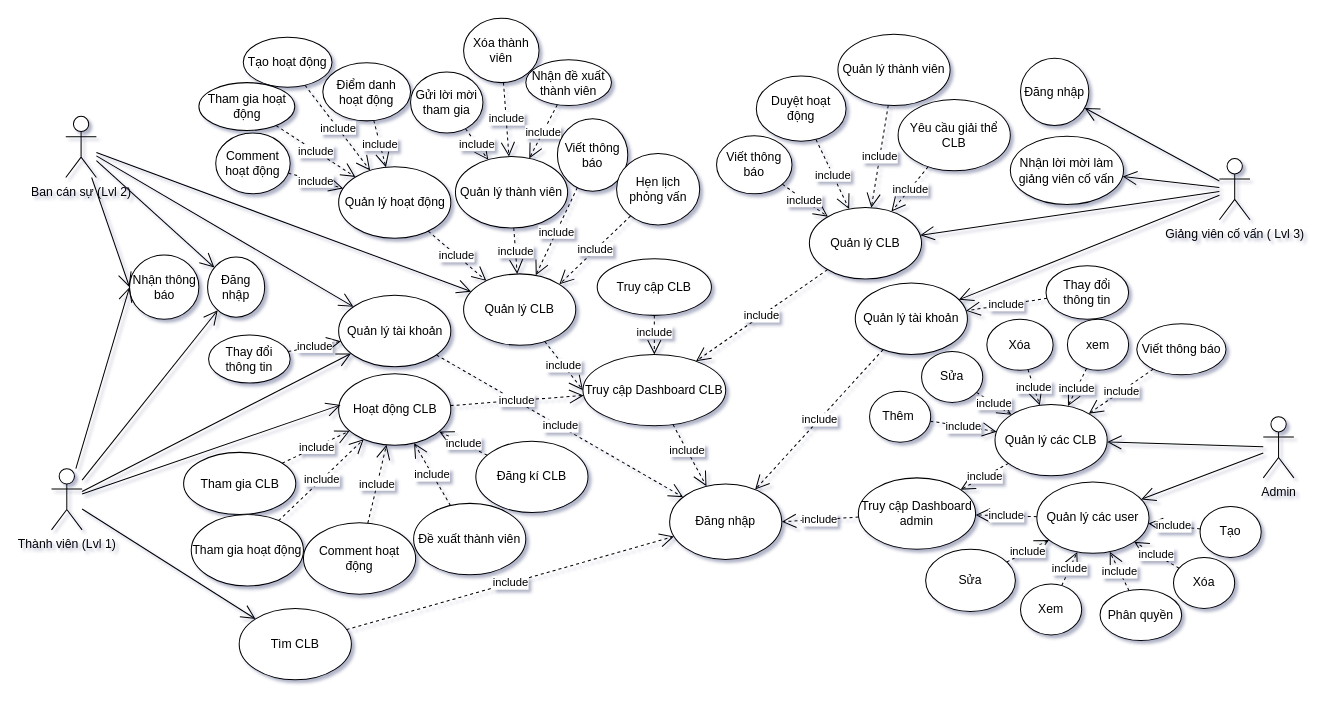
ZanhhTrann/finall_project- keeps this draw.io diagram as diagram.drawio. Above is the earlier version. Source tidied: cells renumbered, new cells numbered last; positions are measured from the earlier drawing's top-left corner, leaving out a move shared by most shapes. Both pictures are drawn from the tidied source at 102%, with x=0, y=0 at pixel (51, 17).
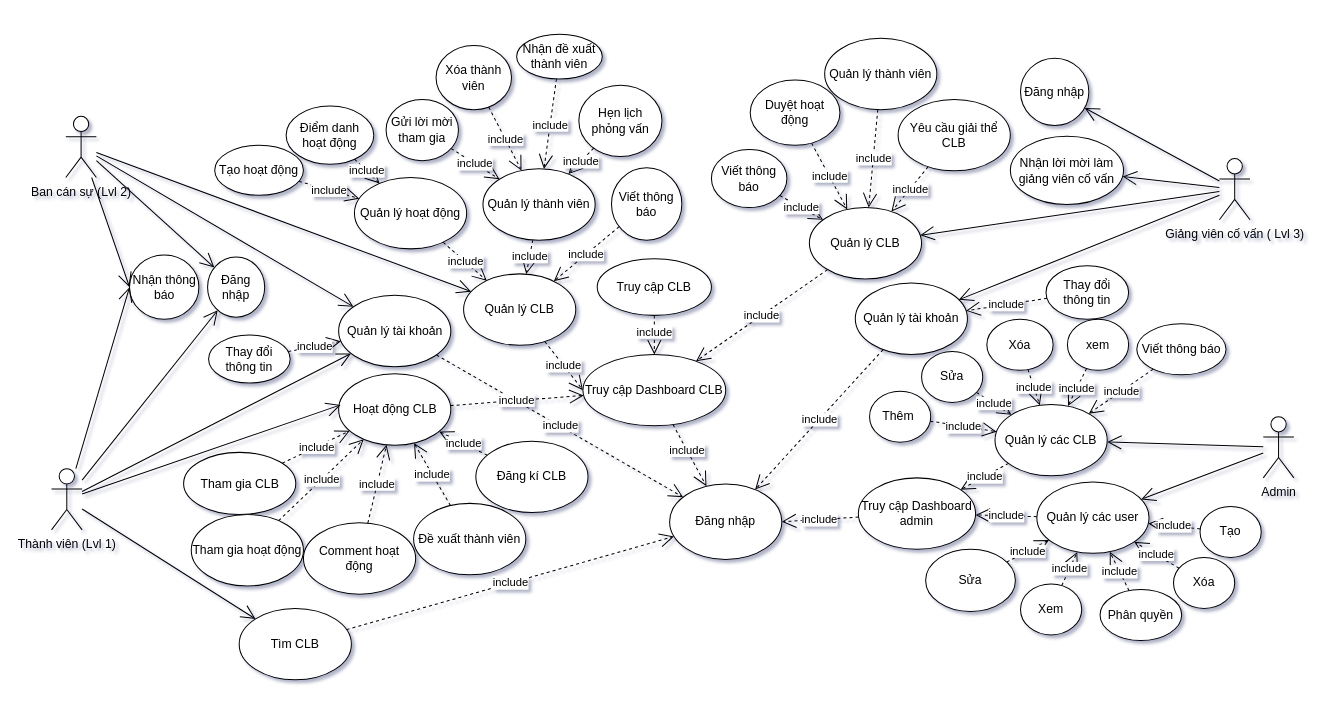
The same page after the edit.

Commit message:
Cập nhật diagram.drawio

Unchanged cells that the change refers to:
```xml
<mxCell id="60" value="Quản lý CLB" style="ellipse;whiteSpace=wrap;html=1;" parent="1" vertex="1">
  <mxGeometry x="404" y="251" width="110" height="70" as="geometry" />
</mxCell>
```

What changed in the source:
```diff
@@
     <mxCell id="31" value="Viết thông báo" style="ellipse;whiteSpace=wrap;html=1;direction=south;" parent="1" vertex="1">
-      <mxGeometry x="496" y="99" width="69" height="71" as="geometry" />
+      <mxGeometry x="549" y="147" width="69" height="71" as="geometry" />
     </mxCell>
@@
     <mxCell id="42" value="Hẹn lịch phỏng vấn" style="ellipse;whiteSpace=wrap;html=1;" parent="1" vertex="1">
-      <mxGeometry x="554" y="133" width="81.5" height="70" as="geometry" />
+      <mxGeometry x="517" y="66" width="81.5" height="70" as="geometry" />
     </mxCell>
     <mxCell id="43" value="Quản lý thành viên" style="ellipse;whiteSpace=wrap;html=1;" parent="1" vertex="1">
-      <mxGeometry x="771" y="16" width="110" height="70" as="geometry" />
+      <mxGeometry x="758" y="20" width="110" height="70" as="geometry" />
     </mxCell>
@@
     <mxCell id="61" value="Xóa thành viên" style="ellipse;whiteSpace=wrap;html=1;" parent="1" vertex="1">
-      <mxGeometry x="404" y="0.5" width="74" height="63" as="geometry" />
+      <mxGeometry x="377" y="27" width="74" height="63" as="geometry" />
     </mxCell>
@@
-    <mxCell id="65" value="include" style="endArrow=open;endSize=12;dashed=1;html=1;rounded=0;entryX=1;entryY=0;entryDx=0;entryDy=0;" parent="1" edge="1" source="42" target="60">
+    <mxCell id="65" value="include" style="endArrow=open;endSize=12;dashed=1;html=1;rounded=0;" parent="1" edge="1" source="42" target="76">
       <mxGeometry relative="1" as="geometry" />
     </mxCell>
@@
     <mxCell id="70" value="Tạo hoạt động" style="ellipse;whiteSpace=wrap;html=1;" parent="1" vertex="1">
-      <mxGeometry x="188" y="19" width="87" height="49" as="geometry" />
+      <mxGeometry x="160" y="125" width="87" height="49" as="geometry" />
     </mxCell>
@@
     <mxCell id="73" value="Nhận đề xuất thành viên" style="ellipse;whiteSpace=wrap;html=1;" parent="1" vertex="1">
-      <mxGeometry x="465" y="41" width="84" height="45" as="geometry" />
+      <mxGeometry x="456" y="16" width="84" height="44" as="geometry" />
     </mxCell>
     <mxCell id="74" value="Gửi lời mời tham gia" style="ellipse;whiteSpace=wrap;html=1;" parent="1" vertex="1">
-      <mxGeometry x="352" y="53" width="71" height="60" as="geometry" />
+      <mxGeometry x="328" y="80" width="71" height="60" as="geometry" />
     </mxCell>
@@
     <mxCell id="76" value="Quản lý thành viên" style="ellipse;whiteSpace=wrap;html=1;" parent="1" vertex="1">
-      <mxGeometry x="396" y="136" width="110" height="70" as="geometry" />
+      <mxGeometry x="423" y="148" width="110" height="70" as="geometry" />
     </mxCell>
@@
     <mxCell id="80" value="Quản lý hoạt động" style="ellipse;whiteSpace=wrap;html=1;" parent="1" vertex="1">
-      <mxGeometry x="281.5" y="146" width="110" height="70" as="geometry" />
+      <mxGeometry x="297" y="156.5" width="110" height="70" as="geometry" />
     </mxCell>
@@
-    <mxCell id="82" value="Tham gia hoạt động" style="ellipse;whiteSpace=wrap;html=1;" parent="1" vertex="1">
-      <mxGeometry x="144.5" y="63.5" width="94" height="47" as="geometry" />
-    </mxCell>
-    <mxCell id="83" value="include" style="endArrow=open;endSize=12;dashed=1;html=1;rounded=0;" parent="1" edge="1" source="82" target="80">
-      <mxGeometry relative="1" as="geometry" />
-    </mxCell>
@@
     <mxCell id="87" value="Viết thông báo" style="ellipse;whiteSpace=wrap;html=1;" parent="1" vertex="1">
-      <mxGeometry x="652" y="115.5" width="74" height="57" as="geometry" />
+      <mxGeometry x="647" y="129" width="74" height="57" as="geometry" />
     </mxCell>
@@
     <mxCell id="103" value="Điểm danh hoạt động" style="ellipse;whiteSpace=wrap;html=1;" parent="1" vertex="1">
-      <mxGeometry x="266" y="44" width="86" height="57" as="geometry" />
+      <mxGeometry x="230" y="86.5" width="86" height="57" as="geometry" />
     </mxCell>
@@
-    <mxCell id="105" value="Comment hoạt động" style="ellipse;whiteSpace=wrap;html=1;" parent="1" vertex="1">
-      <mxGeometry x="161" y="113" width="73" height="59.5" as="geometry" />
-    </mxCell>
-    <mxCell id="106" value="include" style="endArrow=open;endSize=12;dashed=1;html=1;rounded=0;" parent="1" edge="1" source="105" target="80">
-      <mxGeometry relative="1" as="geometry" />
-    </mxCell>
@@
     <mxCell id="111" value="Duyệt hoạt động" style="ellipse;whiteSpace=wrap;html=1;" parent="1" vertex="1">
-      <mxGeometry x="691" y="57" width="88" height="64" as="geometry" />
+      <mxGeometry x="685" y="61" width="88" height="64" as="geometry" />
     </mxCell>
```
